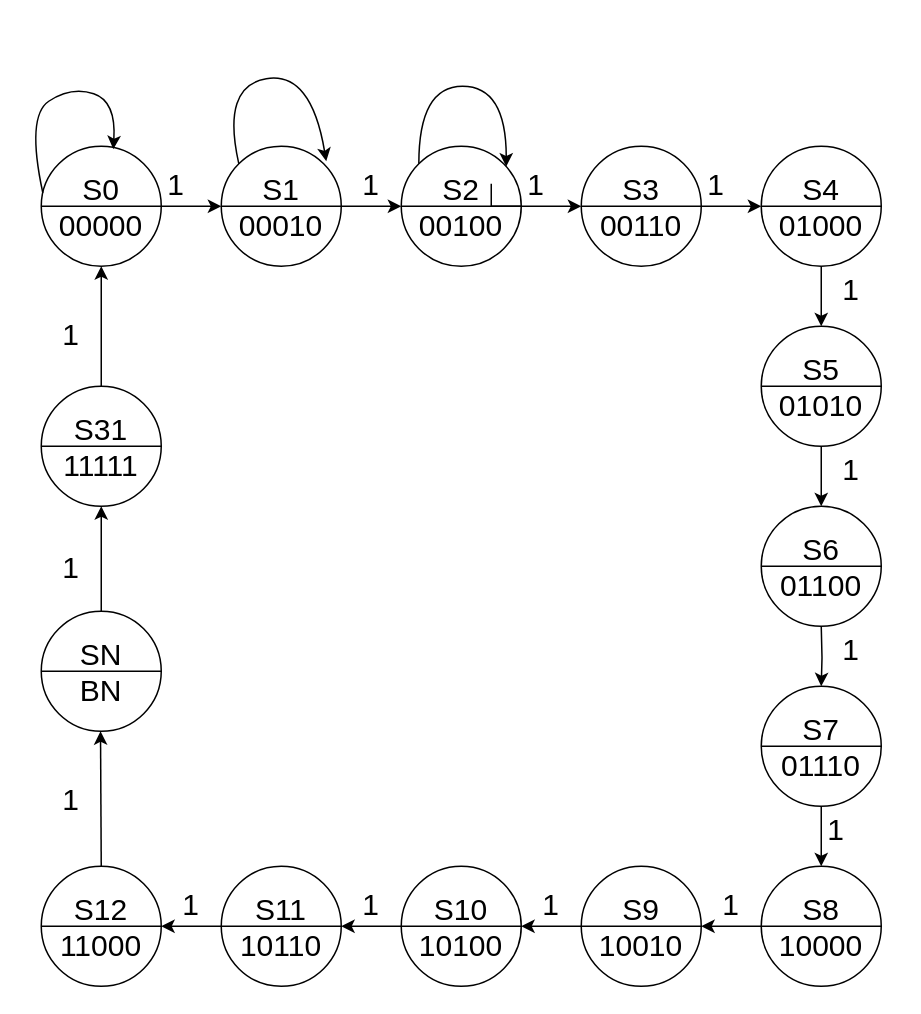
The draw.io diagram FSM.drawio in faberordonez1/diagramas, before the edit. Source tidied: cells renumbered, new cells numbered last; positions are measured from the earlier drawing's top-left corner, leaving out a move shared by most shapes. Both pictures are drawn from the tidied source at 150%, with x=0, y=0 at pixel (26, 70).
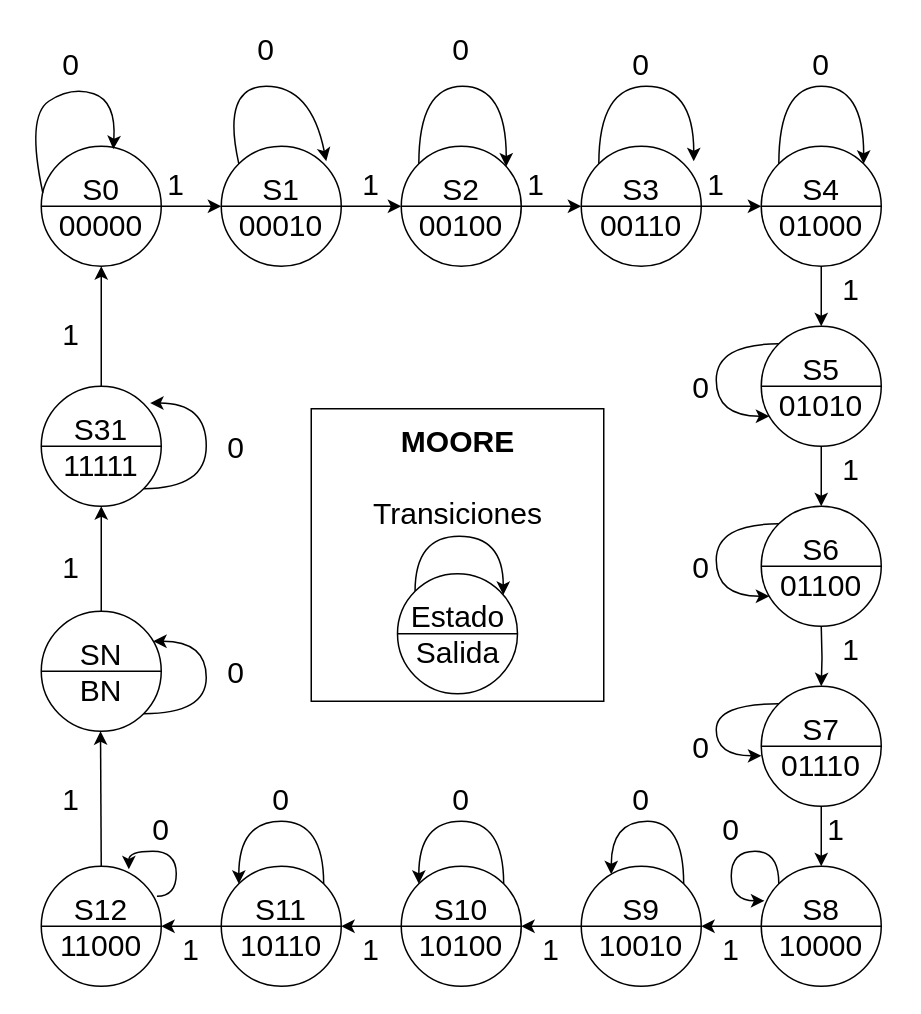
The same diagram, later.

The change refers to these unchanged cells:
```xml
<mxCell id="5" value="&lt;font style=&quot;font-size: 20px&quot;&gt;S1&lt;br&gt;00010&lt;/font&gt;" style="ellipse;whiteSpace=wrap;html=1;" parent="1" vertex="1">
  <mxGeometry x="130" y="50" width="80" height="80" as="geometry" />
</mxCell>
<mxCell id="8" value="&lt;font style=&quot;font-size: 20px&quot;&gt;S2&lt;br&gt;00100&lt;/font&gt;" style="ellipse;whiteSpace=wrap;html=1;" parent="1" vertex="1">
  <mxGeometry x="250" y="50" width="80" height="80" as="geometry" />
</mxCell>
<mxCell id="9" value="&lt;font style=&quot;font-size: 20px&quot;&gt;S3&lt;br&gt;00110&lt;/font&gt;" style="ellipse;whiteSpace=wrap;html=1;" parent="1" vertex="1">
  <mxGeometry x="370" y="50" width="80" height="80" as="geometry" />
</mxCell>
<mxCell id="11" value="&lt;font style=&quot;font-size: 20px&quot;&gt;S4&lt;br&gt;01000&lt;/font&gt;" style="ellipse;whiteSpace=wrap;html=1;" parent="1" vertex="1">
  <mxGeometry x="490" y="50" width="80" height="80" as="geometry" />
</mxCell>
<mxCell id="19" value="&lt;font style=&quot;font-size: 20px&quot;&gt;S11&lt;br&gt;10110&lt;br&gt;&lt;/font&gt;" style="ellipse;whiteSpace=wrap;html=1;" parent="1" vertex="1">
  <mxGeometry x="130" y="530" width="80" height="80" as="geometry" />
</mxCell>
<mxCell id="21" value="&lt;font style=&quot;font-size: 20px&quot;&gt;S10&lt;br&gt;10100&lt;br&gt;&lt;/font&gt;" style="ellipse;whiteSpace=wrap;html=1;" parent="1" vertex="1">
  <mxGeometry x="250" y="530" width="80" height="80" as="geometry" />
</mxCell>
<mxCell id="23" value="&lt;font style=&quot;font-size: 20px&quot;&gt;S9&lt;br&gt;10010&lt;br&gt;&lt;/font&gt;" style="ellipse;whiteSpace=wrap;html=1;" parent="1" vertex="1">
  <mxGeometry x="370" y="530" width="80" height="80" as="geometry" />
</mxCell>
<mxCell id="25" value="&lt;font style=&quot;font-size: 20px&quot;&gt;S5&lt;br&gt;01010&lt;/font&gt;" style="ellipse;whiteSpace=wrap;html=1;" parent="1" vertex="1">
  <mxGeometry x="490" y="170" width="80" height="80" as="geometry" />
</mxCell>
<mxCell id="27" value="&lt;font style=&quot;font-size: 20px&quot;&gt;S6&lt;br&gt;01100&lt;/font&gt;" style="ellipse;whiteSpace=wrap;html=1;" parent="1" vertex="1">
  <mxGeometry x="490" y="290" width="80" height="80" as="geometry" />
</mxCell>
<mxCell id="29" value="&lt;font style=&quot;font-size: 20px&quot;&gt;S8&lt;br&gt;10000&lt;/font&gt;" style="ellipse;whiteSpace=wrap;html=1;" parent="1" vertex="1">
  <mxGeometry x="490" y="530" width="80" height="80" as="geometry" />
</mxCell>
<mxCell id="35" value="&lt;font style=&quot;font-size: 20px&quot;&gt;S12&lt;br&gt;11000&lt;br&gt;&lt;/font&gt;" style="ellipse;whiteSpace=wrap;html=1;" parent="1" vertex="1">
  <mxGeometry x="10" y="530" width="80" height="80" as="geometry" />
</mxCell>
<mxCell id="38" value="&lt;font style=&quot;font-size: 20px&quot;&gt;S31&lt;br&gt;11111&lt;/font&gt;" style="ellipse;whiteSpace=wrap;html=1;" parent="1" vertex="1">
  <mxGeometry x="10" y="210" width="80" height="80" as="geometry" />
</mxCell>
<mxCell id="41" value="&lt;font style=&quot;font-size: 20px&quot;&gt;SN&lt;br&gt;BN&lt;/font&gt;" style="ellipse;whiteSpace=wrap;html=1;" parent="1" vertex="1">
  <mxGeometry x="10" y="360" width="80" height="80" as="geometry" />
</mxCell>
<mxCell id="45" value="&lt;font style=&quot;font-size: 20px&quot;&gt;S7&lt;br&gt;01110&lt;/font&gt;" style="ellipse;whiteSpace=wrap;html=1;" parent="1" vertex="1">
  <mxGeometry x="490" y="410" width="80" height="80" as="geometry" />
</mxCell>
<mxCell id="49" value="1" style="text;html=1;strokeColor=none;fillColor=none;align=center;verticalAlign=middle;whiteSpace=wrap;rounded=0;fontSize=20;" parent="1" vertex="1">
  <mxGeometry x="200" y="60" width="60" height="30" as="geometry" />
</mxCell>
<mxCell id="50" value="1" style="text;html=1;strokeColor=none;fillColor=none;align=center;verticalAlign=middle;whiteSpace=wrap;rounded=0;fontSize=20;" parent="1" vertex="1">
  <mxGeometry x="310" y="60" width="60" height="30" as="geometry" />
</mxCell>
<mxCell id="52" value="1" style="text;html=1;strokeColor=none;fillColor=none;align=center;verticalAlign=middle;whiteSpace=wrap;rounded=0;fontSize=20;" parent="1" vertex="1">
  <mxGeometry x="430" y="60" width="60" height="30" as="geometry" />
</mxCell>
```

Change to the diagram source:
```diff
@@
+    <mxCell id="66" style="whiteSpace=wrap;html=1;fontSize=20;" parent="1" vertex="1">
+      <mxGeometry x="190" y="225" width="195" height="195" as="geometry" />
+    </mxCell>
@@
+    <mxCell id="67" style="edgeStyle=orthogonalEdgeStyle;curved=1;rounded=0;jettySize=auto;html=1;exitX=0;exitY=0;exitDx=0;exitDy=0;entryX=0.25;entryY=0;entryDx=0;entryDy=0;fontSize=20;" parent="1" edge="1" source="9" target="52">
+      <mxGeometry relative="1" as="geometry">
+        <Array as="points">
+          <mxPoint x="382" y="10" />
+          <mxPoint x="445" y="10" />
+        </Array>
+      </mxGeometry>
+    </mxCell>
@@
+    <mxCell id="68" style="edgeStyle=orthogonalEdgeStyle;curved=1;rounded=0;orthogonalLoop=1;jettySize=auto;html=1;exitX=1;exitY=0;exitDx=0;exitDy=0;fontSize=20;entryX=0;entryY=0;entryDx=0;entryDy=0;" parent="1" edge="1" source="19" target="19">
+      <mxGeometry relative="1" as="geometry">
+        <Array as="points">
+          <mxPoint x="198" y="500" />
+          <mxPoint x="142" y="500" />
+        </Array>
+      </mxGeometry>
+    </mxCell>
@@
+    <mxCell id="69" style="edgeStyle=orthogonalEdgeStyle;curved=1;rounded=0;orthogonalLoop=1;jettySize=auto;html=1;exitX=1;exitY=0;exitDx=0;exitDy=0;fontSize=20;entryX=0;entryY=0;entryDx=0;entryDy=0;" parent="1" edge="1" source="21" target="21">
+      <mxGeometry relative="1" as="geometry">
+        <Array as="points">
+          <mxPoint x="318" y="500" />
+          <mxPoint x="262" y="500" />
+        </Array>
+      </mxGeometry>
+    </mxCell>
@@
+    <mxCell id="70" style="edgeStyle=orthogonalEdgeStyle;curved=1;rounded=0;orthogonalLoop=1;jettySize=auto;html=1;exitX=1;exitY=0;exitDx=0;exitDy=0;fontSize=20;" parent="1" edge="1" source="23" target="23">
+      <mxGeometry relative="1" as="geometry">
+        <Array as="points">
+          <mxPoint x="438" y="500" />
+          <mxPoint x="390" y="500" />
+        </Array>
+      </mxGeometry>
+    </mxCell>
@@
+    <mxCell id="71" style="edgeStyle=orthogonalEdgeStyle;curved=1;rounded=0;orthogonalLoop=1;jettySize=auto;html=1;exitX=0;exitY=0;exitDx=0;exitDy=0;fontSize=20;" parent="1" edge="1" source="25" target="25">
+      <mxGeometry relative="1" as="geometry">
+        <Array as="points">
+          <mxPoint x="460" y="182" />
+          <mxPoint x="460" y="230" />
+        </Array>
+      </mxGeometry>
+    </mxCell>
@@
+    <mxCell id="72" style="edgeStyle=orthogonalEdgeStyle;curved=1;rounded=0;orthogonalLoop=1;jettySize=auto;html=1;exitX=0;exitY=0;exitDx=0;exitDy=0;fontSize=20;" parent="1" edge="1" source="27" target="27">
+      <mxGeometry relative="1" as="geometry">
+        <Array as="points">
+          <mxPoint x="460" y="302" />
+          <mxPoint x="460" y="350" />
+        </Array>
+      </mxGeometry>
+    </mxCell>
@@
+    <mxCell id="73" style="edgeStyle=orthogonalEdgeStyle;curved=1;rounded=0;orthogonalLoop=1;jettySize=auto;html=1;exitX=0;exitY=0;exitDx=0;exitDy=0;fontSize=20;entryX=0.026;entryY=0.288;entryDx=0;entryDy=0;entryPerimeter=0;" parent="1" edge="1" source="29" target="29">
+      <mxGeometry relative="1" as="geometry">
+        <Array as="points">
+          <mxPoint x="502" y="520" />
+          <mxPoint x="470" y="520" />
+          <mxPoint x="470" y="553" />
+        </Array>
+      </mxGeometry>
+    </mxCell>
@@
+    <mxCell id="74" style="edgeStyle=orthogonalEdgeStyle;curved=1;rounded=0;orthogonalLoop=1;jettySize=auto;html=1;exitX=1;exitY=1;exitDx=0;exitDy=0;fontSize=20;entryX=0.907;entryY=0.14;entryDx=0;entryDy=0;entryPerimeter=0;" parent="1" edge="1" source="38" target="38">
+      <mxGeometry relative="1" as="geometry">
+        <Array as="points">
+          <mxPoint x="120" y="278" />
+          <mxPoint x="120" y="221" />
+        </Array>
+      </mxGeometry>
+    </mxCell>
@@
+    <mxCell id="75" style="edgeStyle=orthogonalEdgeStyle;curved=1;rounded=0;orthogonalLoop=1;jettySize=auto;html=1;exitX=1;exitY=1;exitDx=0;exitDy=0;fontSize=20;" parent="1" edge="1" source="41" target="41">
+      <mxGeometry relative="1" as="geometry">
+        <Array as="points">
+          <mxPoint x="120" y="428" />
+          <mxPoint x="120" y="380" />
+        </Array>
+      </mxGeometry>
+    </mxCell>
@@
+    <mxCell id="76" style="edgeStyle=orthogonalEdgeStyle;curved=1;rounded=0;orthogonalLoop=1;jettySize=auto;html=1;exitX=0;exitY=0;exitDx=0;exitDy=0;fontSize=20;entryX=0.001;entryY=0.58;entryDx=0;entryDy=0;entryPerimeter=0;" parent="1" edge="1" source="45" target="45">
+      <mxGeometry relative="1" as="geometry">
+        <Array as="points">
+          <mxPoint x="460" y="422" />
+          <mxPoint x="460" y="456" />
+          <mxPoint x="490" y="456" />
+        </Array>
+      </mxGeometry>
+    </mxCell>
@@
-    <mxCell id="51" style="edgeStyle=orthogonalEdgeStyle;rounded=0;jettySize=auto;html=1;exitX=1;exitY=0.5;exitDx=0;exitDy=0;entryX=0;entryY=0.5;entryDx=0;entryDy=0;endArrow=none;" parent="1" edge="1" source="8" target="50">
-      <mxGeometry relative="1" as="geometry" />
-    </mxCell>
@@
     <mxCell id="57" value="1" style="text;html=1;strokeColor=none;fillColor=none;align=center;verticalAlign=middle;whiteSpace=wrap;rounded=0;fontSize=20;" parent="1" vertex="1">
-      <mxGeometry x="440" y="540" width="60" height="30" as="geometry" />
+      <mxGeometry x="440" y="570" width="60" height="30" as="geometry" />
     </mxCell>
     <mxCell id="58" value="1" style="text;html=1;strokeColor=none;fillColor=none;align=center;verticalAlign=middle;whiteSpace=wrap;rounded=0;fontSize=20;" parent="1" vertex="1">
-      <mxGeometry x="320" y="540" width="60" height="30" as="geometry" />
+      <mxGeometry x="320" y="570" width="60" height="30" as="geometry" />
     </mxCell>
     <mxCell id="59" value="1" style="text;html=1;strokeColor=none;fillColor=none;align=center;verticalAlign=middle;whiteSpace=wrap;rounded=0;fontSize=20;" parent="1" vertex="1">
-      <mxGeometry x="200" y="540" width="60" height="30" as="geometry" />
+      <mxGeometry x="200" y="570" width="60" height="30" as="geometry" />
     </mxCell>
     <mxCell id="60" value="1" style="text;html=1;strokeColor=none;fillColor=none;align=center;verticalAlign=middle;whiteSpace=wrap;rounded=0;fontSize=20;" parent="1" vertex="1">
-      <mxGeometry x="80" y="540" width="60" height="30" as="geometry" />
+      <mxGeometry x="80" y="570" width="60" height="30" as="geometry" />
     </mxCell>
@@
     <mxCell id="62" style="endArrow=classic;html=1;rounded=0;fontSize=20;curved=1;exitX=0;exitY=0;exitDx=0;exitDy=0;entryX=0;entryY=0;entryDx=0;entryDy=0;" parent="1" edge="1" source="5" target="49">
       <mxGeometry relative="1" as="geometry">
         <Array as="points">
           <mxPoint x="130" y="10" />
-          <mxPoint x="190" />
+          <mxPoint x="190" y="10" />
         </Array>
       </mxGeometry>
     </mxCell>
@@
+    <mxCell id="77" value="0" style="text;html=1;strokeColor=none;fillColor=none;align=center;verticalAlign=middle;whiteSpace=wrap;rounded=0;fontSize=20;" parent="1" vertex="1">
+      <mxGeometry y="-20" width="60" height="30" as="geometry" />
+    </mxCell>
+    <mxCell id="78" value="0" style="text;html=1;strokeColor=none;fillColor=none;align=center;verticalAlign=middle;whiteSpace=wrap;rounded=0;fontSize=20;" parent="1" vertex="1">
+      <mxGeometry x="130" y="-30" width="60" height="30" as="geometry" />
+    </mxCell>
+    <mxCell id="79" value="0" style="text;html=1;strokeColor=none;fillColor=none;align=center;verticalAlign=middle;whiteSpace=wrap;rounded=0;fontSize=20;" parent="1" vertex="1">
+      <mxGeometry x="260" y="-30" width="60" height="30" as="geometry" />
+    </mxCell>
+    <mxCell id="80" value="0" style="text;html=1;strokeColor=none;fillColor=none;align=center;verticalAlign=middle;whiteSpace=wrap;rounded=0;fontSize=20;" parent="1" vertex="1">
+      <mxGeometry x="380" y="-20" width="60" height="30" as="geometry" />
+    </mxCell>
+    <mxCell id="81" style="edgeStyle=orthogonalEdgeStyle;curved=1;rounded=0;orthogonalLoop=1;jettySize=auto;html=1;exitX=0;exitY=0;exitDx=0;exitDy=0;entryX=1;entryY=0;entryDx=0;entryDy=0;fontSize=20;" parent="1" edge="1" source="11" target="11">
+      <mxGeometry relative="1" as="geometry">
+        <Array as="points">
+          <mxPoint x="502" y="10" />
+          <mxPoint x="558" y="10" />
+        </Array>
+      </mxGeometry>
+    </mxCell>
+    <mxCell id="82" value="0" style="text;html=1;strokeColor=none;fillColor=none;align=center;verticalAlign=middle;whiteSpace=wrap;rounded=0;fontSize=20;" parent="1" vertex="1">
+      <mxGeometry x="500" y="-20" width="60" height="30" as="geometry" />
+    </mxCell>
+    <mxCell id="83" value="0" style="text;html=1;strokeColor=none;fillColor=none;align=center;verticalAlign=middle;whiteSpace=wrap;rounded=0;fontSize=20;" parent="1" vertex="1">
+      <mxGeometry x="440" y="195" width="20" height="30" as="geometry" />
+    </mxCell>
+    <mxCell id="84" value="0" style="text;html=1;strokeColor=none;fillColor=none;align=center;verticalAlign=middle;whiteSpace=wrap;rounded=0;fontSize=20;" parent="1" vertex="1">
+      <mxGeometry x="440" y="315" width="20" height="30" as="geometry" />
+    </mxCell>
+    <mxCell id="85" value="0" style="text;html=1;strokeColor=none;fillColor=none;align=center;verticalAlign=middle;whiteSpace=wrap;rounded=0;fontSize=20;" parent="1" vertex="1">
+      <mxGeometry x="440" y="435" width="20" height="30" as="geometry" />
+    </mxCell>
+    <mxCell id="86" value="0" style="text;html=1;strokeColor=none;fillColor=none;align=center;verticalAlign=middle;whiteSpace=wrap;rounded=0;fontSize=20;" parent="1" vertex="1">
+      <mxGeometry x="460" y="490" width="20" height="30" as="geometry" />
+    </mxCell>
+    <mxCell id="87" value="0" style="text;html=1;strokeColor=none;fillColor=none;align=center;verticalAlign=middle;whiteSpace=wrap;rounded=0;fontSize=20;" parent="1" vertex="1">
+      <mxGeometry x="400" y="470" width="20" height="30" as="geometry" />
+    </mxCell>
+    <mxCell id="88" value="0" style="text;html=1;strokeColor=none;fillColor=none;align=center;verticalAlign=middle;whiteSpace=wrap;rounded=0;fontSize=20;" parent="1" vertex="1">
+      <mxGeometry x="280" y="470" width="20" height="30" as="geometry" />
+    </mxCell>
+    <mxCell id="89" value="0" style="text;html=1;strokeColor=none;fillColor=none;align=center;verticalAlign=middle;whiteSpace=wrap;rounded=0;fontSize=20;" parent="1" vertex="1">
+      <mxGeometry x="160" y="470" width="20" height="30" as="geometry" />
+    </mxCell>
+    <mxCell id="90" style="edgeStyle=orthogonalEdgeStyle;curved=1;rounded=0;orthogonalLoop=1;jettySize=auto;html=1;exitX=0.964;exitY=0.25;exitDx=0;exitDy=0;fontSize=20;exitPerimeter=0;entryX=0.73;entryY=0.026;entryDx=0;entryDy=0;entryPerimeter=0;" parent="1" edge="1" source="35" target="35">
+      <mxGeometry relative="1" as="geometry">
+        <Array as="points">
+          <mxPoint x="100" y="550" />
+          <mxPoint x="100" y="520" />
+          <mxPoint x="68" y="520" />
+        </Array>
+      </mxGeometry>
+    </mxCell>
+    <mxCell id="91" value="0" style="text;html=1;strokeColor=none;fillColor=none;align=center;verticalAlign=middle;whiteSpace=wrap;rounded=0;fontSize=20;" parent="1" vertex="1">
+      <mxGeometry x="80" y="490" width="20" height="30" as="geometry" />
+    </mxCell>
+    <mxCell id="92" value="0" style="text;html=1;strokeColor=none;fillColor=none;align=center;verticalAlign=middle;whiteSpace=wrap;rounded=0;fontSize=20;" parent="1" vertex="1">
+      <mxGeometry x="130" y="235" width="20" height="30" as="geometry" />
+    </mxCell>
+    <mxCell id="93" value="0" style="text;html=1;strokeColor=none;fillColor=none;align=center;verticalAlign=middle;whiteSpace=wrap;rounded=0;fontSize=20;" parent="1" vertex="1">
+      <mxGeometry x="130" y="385" width="20" height="30" as="geometry" />
+    </mxCell>
+    <mxCell id="94" style="edgeStyle=orthogonalEdgeStyle;curved=1;rounded=0;orthogonalLoop=1;jettySize=auto;html=1;exitX=0;exitY=0;exitDx=0;exitDy=0;fontSize=20;" parent="1" edge="1" source="95" target="95">
+      <mxGeometry relative="1" as="geometry">
+        <Array as="points">
+          <mxPoint x="259" y="310" />
+          <mxPoint x="318" y="310" />
+        </Array>
+      </mxGeometry>
+    </mxCell>
+    <mxCell id="95" value="&lt;font style=&quot;font-size: 20px&quot;&gt;Estado&lt;br&gt;Salida&lt;br&gt;&lt;/font&gt;" style="ellipse;whiteSpace=wrap;html=1;" parent="1" vertex="1">
+      <mxGeometry x="247.5" y="335" width="80" height="80" as="geometry" />
+    </mxCell>
+    <mxCell id="96" style="endArrow=none;html=1;rounded=0;entryX=1;entryY=0.5;entryDx=0;entryDy=0;exitX=0;exitY=0.5;exitDx=0;exitDy=0;" parent="1" edge="1" source="95" target="95">
+      <mxGeometry relative="1" as="geometry" />
+    </mxCell>
+    <mxCell id="97" value="&lt;b&gt;MOORE&lt;/b&gt;&lt;br&gt;&lt;br&gt;Transiciones" style="text;html=1;strokeColor=none;fillColor=none;align=center;verticalAlign=middle;whiteSpace=wrap;rounded=0;fontSize=20;" parent="1" vertex="1">
+      <mxGeometry x="257.5" y="255" width="60" height="30" as="geometry" />
+    </mxCell>
```
